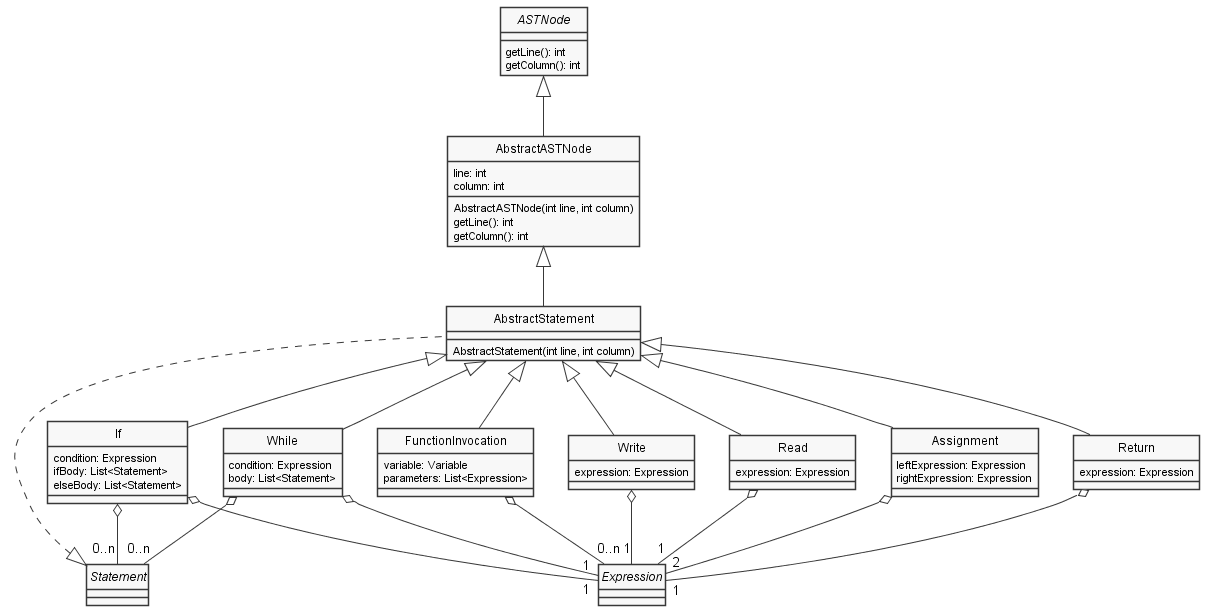
Earlier version of the PlantUML export docs/diagrams/Statements.png (Diecaal/Elixir-Compiler).
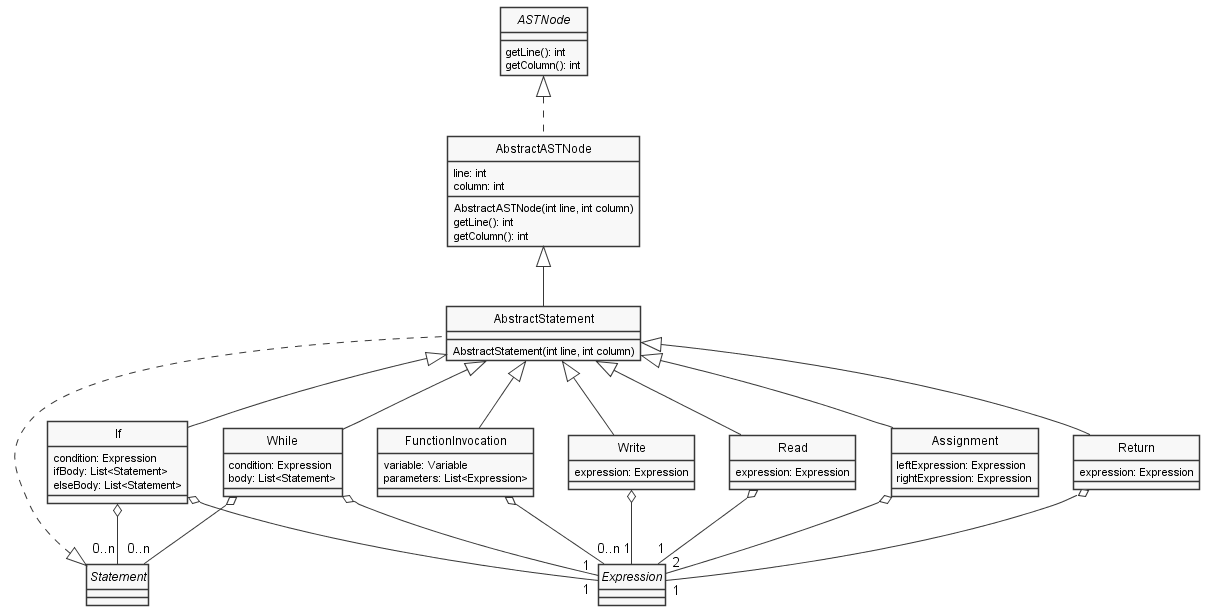
After the change.

Commit message:
Abstract Type/Statements fix

Change to the diagram source:
```diff
@@ -57,7 +57,7 @@
     parameters: List<Expression>
 }
 
-ASTNode <|-- AbstractASTNode
+ASTNode <|.. AbstractASTNode
 
 AbstractASTNode <|-- AbstractStatement
 
```
